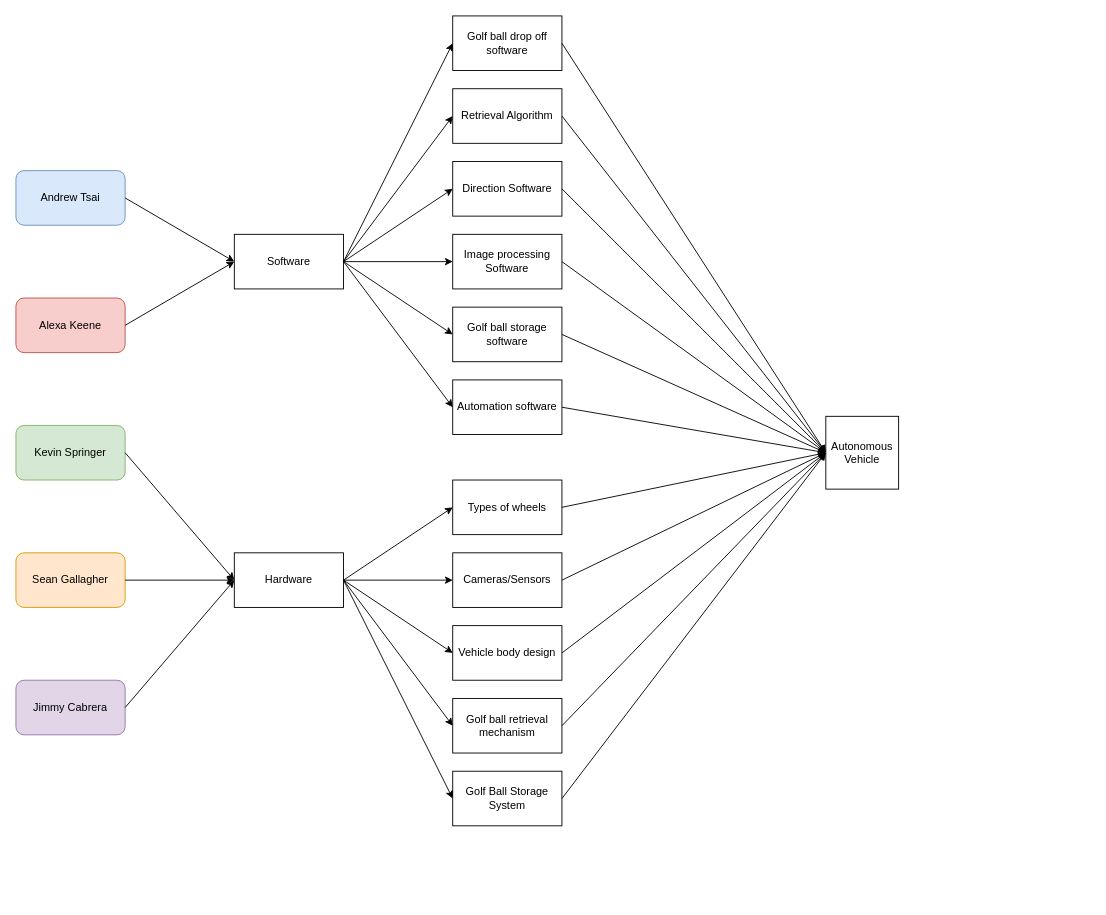
Before: Diagrams/GBS&R_Block_diagram.drawio in Andrew13560/Golf-Ball-Search-and-Rescue, a draw.io diagram. Source tidied: cells renumbered, new cells numbered last; positions are measured from the earlier drawing's top-left corner, leaving out a move shared by most shapes. Both pictures are drawn from the tidied source at 91%, with x=0, y=0 at pixel (15, 15).
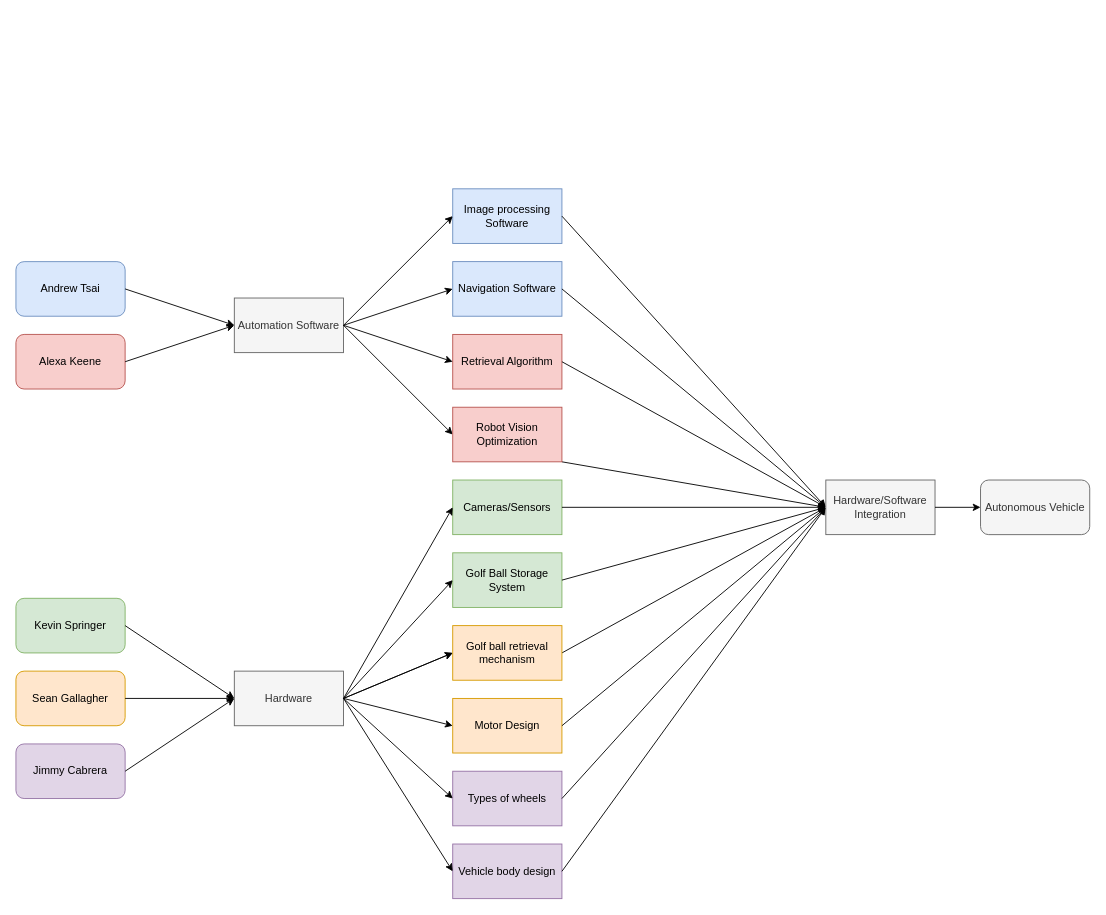
After the change.

Commit message:
Color Coded Block Diagram

What changed in the source:
```diff
@@
     <mxCell id="2" value="Sean Gallagher" style="rounded=1;whiteSpace=wrap;html=1;fillColor=#ffe6cc;strokeColor=#d79b00;" parent="1" vertex="1">
-      <mxGeometry y="590" width="120" height="60" as="geometry" />
+      <mxGeometry y="720" width="120" height="60" as="geometry" />
     </mxCell>
     <mxCell id="3" value="Kevin Springer" style="rounded=1;whiteSpace=wrap;html=1;fillColor=#d5e8d4;strokeColor=#82b366;" parent="1" vertex="1">
-      <mxGeometry y="450" width="120" height="60" as="geometry" />
+      <mxGeometry y="640" width="120" height="60" as="geometry" />
     </mxCell>
     <mxCell id="4" value="Alexa Keene" style="rounded=1;whiteSpace=wrap;html=1;fillColor=#f8cecc;strokeColor=#b85450;" parent="1" vertex="1">
-      <mxGeometry y="310" width="120" height="60" as="geometry" />
+      <mxGeometry y="350" width="120" height="60" as="geometry" />
     </mxCell>
     <mxCell id="5" value="Andrew Tsai" style="rounded=1;whiteSpace=wrap;html=1;fillColor=#dae8fc;strokeColor=#6c8ebf;" parent="1" vertex="1">
-      <mxGeometry y="170" width="120" height="60" as="geometry" />
+      <mxGeometry y="270" width="120" height="60" as="geometry" />
     </mxCell>
     <mxCell id="6" value="Jimmy Cabrera" style="rounded=1;whiteSpace=wrap;html=1;fillColor=#e1d5e7;strokeColor=#9673a6;" parent="1" vertex="1">
-      <mxGeometry y="730" width="120" height="60" as="geometry" />
+      <mxGeometry y="800" width="120" height="60" as="geometry" />
     </mxCell>
-    <mxCell id="7" value="Software" style="rounded=0;whiteSpace=wrap;html=1;" parent="1" vertex="1">
-      <mxGeometry x="240" y="240" width="120" height="60" as="geometry" />
+    <mxCell id="7" value="Automation Software" style="rounded=0;whiteSpace=wrap;html=1;fillColor=#f5f5f5;strokeColor=#666666;fontColor=#333333;" parent="1" vertex="1">
+      <mxGeometry x="240" y="310" width="120" height="60" as="geometry" />
     </mxCell>
-    <mxCell id="8" value="Hardware" style="rounded=0;whiteSpace=wrap;html=1;" parent="1" vertex="1">
-      <mxGeometry x="240" y="590" width="120" height="60" as="geometry" />
+    <mxCell id="8" value="Hardware" style="rounded=0;whiteSpace=wrap;html=1;fillColor=#f5f5f5;strokeColor=#666666;fontColor=#333333;" parent="1" vertex="1">
+      <mxGeometry x="240" y="720" width="120" height="60" as="geometry" />
     </mxCell>
@@
-    <mxCell id="14" value="Autonomous Vehicle" style="whiteSpace=wrap;html=1;" parent="1" vertex="1">
-      <mxGeometry x="890" y="440" width="80" height="80" as="geometry" />
-    </mxCell>
-    <mxCell id="15" value="Direction Software" style="rounded=0;whiteSpace=wrap;html=1;" parent="1" vertex="1">
-      <mxGeometry x="480" y="160" width="120" height="60" as="geometry" />
+    <mxCell id="15" value="Navigation Software" style="rounded=0;whiteSpace=wrap;html=1;fillColor=#dae8fc;strokeColor=#6c8ebf;" parent="1" vertex="1">
+      <mxGeometry x="480" y="270" width="120" height="60" as="geometry" />
     </mxCell>
-    <mxCell id="16" value="Image processing Software" style="rounded=0;whiteSpace=wrap;html=1;" parent="1" vertex="1">
-      <mxGeometry x="480" y="240" width="120" height="60" as="geometry" />
+    <mxCell id="16" value="Image processing Software" style="rounded=0;whiteSpace=wrap;html=1;fillColor=#dae8fc;strokeColor=#6c8ebf;" parent="1" vertex="1">
+      <mxGeometry x="480" y="190" width="120" height="60" as="geometry" />
     </mxCell>
-    <mxCell id="17" value="Retrieval Algorithm" style="rounded=0;whiteSpace=wrap;html=1;" parent="1" vertex="1">
-      <mxGeometry x="480" y="80" width="120" height="60" as="geometry" />
+    <mxCell id="17" value="Retrieval Algorithm" style="rounded=0;whiteSpace=wrap;html=1;fillColor=#f8cecc;strokeColor=#b85450;" parent="1" vertex="1">
+      <mxGeometry x="480" y="350" width="120" height="60" as="geometry" />
     </mxCell>
-    <mxCell id="18" value="Cameras/Sensors" style="rounded=0;whiteSpace=wrap;html=1;" parent="1" vertex="1">
-      <mxGeometry x="480" y="590" width="120" height="60" as="geometry" />
+    <mxCell id="18" value="Cameras/Sensors" style="rounded=0;whiteSpace=wrap;html=1;fillColor=#d5e8d4;strokeColor=#82b366;" parent="1" vertex="1">
+      <mxGeometry x="480" y="510" width="120" height="60" as="geometry" />
     </mxCell>
-    <mxCell id="19" value="Types of wheels" style="rounded=0;whiteSpace=wrap;html=1;" parent="1" vertex="1">
-      <mxGeometry x="480" y="510" width="120" height="60" as="geometry" />
+    <mxCell id="19" value="Types of wheels" style="rounded=0;whiteSpace=wrap;html=1;fillColor=#e1d5e7;strokeColor=#9673a6;" parent="1" vertex="1">
+      <mxGeometry x="480" y="830" width="120" height="60" as="geometry" />
     </mxCell>
-    <mxCell id="20" value="Vehicle body design" style="rounded=0;whiteSpace=wrap;html=1;" parent="1" vertex="1">
-      <mxGeometry x="480" y="670" width="120" height="60" as="geometry" />
+    <mxCell id="20" value="Vehicle body design" style="rounded=0;whiteSpace=wrap;html=1;fillColor=#e1d5e7;strokeColor=#9673a6;" parent="1" vertex="1">
+      <mxGeometry x="480" y="910" width="120" height="60" as="geometry" />
     </mxCell>
-    <mxCell id="21" value="Golf ball retrieval mechanism" style="rounded=0;whiteSpace=wrap;html=1;" parent="1" vertex="1">
-      <mxGeometry x="480" y="750" width="120" height="60" as="geometry" />
-    </mxCell>
-    <mxCell id="22" value="Golf Ball Storage System" style="rounded=0;whiteSpace=wrap;html=1;" parent="1" vertex="1">
-      <mxGeometry x="480" y="830" width="120" height="60" as="geometry" />
+    <mxCell id="22" value="Golf Ball Storage System" style="rounded=0;whiteSpace=wrap;html=1;fillColor=#d5e8d4;strokeColor=#82b366;" parent="1" vertex="1">
+      <mxGeometry x="480" y="590" width="120" height="60" as="geometry" />
     </mxCell>
-    <mxCell id="23" value="Golf ball storage software" style="rounded=0;whiteSpace=wrap;html=1;" parent="1" vertex="1">
-      <mxGeometry x="480" y="320" width="120" height="60" as="geometry" />
-    </mxCell>
-    <mxCell id="24" value="Golf ball drop off software" style="rounded=0;whiteSpace=wrap;html=1;" parent="1" vertex="1">
-      <mxGeometry x="480" width="120" height="60" as="geometry" />
-    </mxCell>
-    <mxCell id="25" value="Automation software" style="rounded=0;whiteSpace=wrap;html=1;" parent="1" vertex="1">
-      <mxGeometry x="480" y="400" width="120" height="60" as="geometry" />
-    </mxCell>
@@
-    <mxCell id="27" style="endArrow=classic;html=1;entryX=0;entryY=0.5;entryDx=0;entryDy=0;" parent="1" edge="1" target="21">
-      <mxGeometry relative="1" as="geometry">
-        <mxPoint x="360" y="620" as="sourcePoint" />
-      </mxGeometry>
+    <mxCell id="27" style="endArrow=classic;html=1;entryX=0;entryY=0.5;entryDx=0;entryDy=0;exitX=1;exitY=0.5;exitDx=0;exitDy=0;" parent="1" edge="1" source="8" target="21">
+      <mxGeometry relative="1" as="geometry" />
     </mxCell>
-    <mxCell id="28" style="endArrow=classic;html=1;exitX=1;exitY=0.5;exitDx=0;exitDy=0;entryX=0;entryY=0.5;entryDx=0;entryDy=0;" parent="1" edge="1" source="8" target="20">
-      <mxGeometry relative="1" as="geometry" />
-    </mxCell>
@@
-    <mxCell id="31" style="endArrow=classic;html=1;exitX=1;exitY=0.5;exitDx=0;exitDy=0;entryX=0;entryY=0.5;entryDx=0;entryDy=0;" parent="1" edge="1" source="7" target="25">
-      <mxGeometry relative="1" as="geometry" />
-    </mxCell>
-    <mxCell id="32" style="endArrow=classic;html=1;entryX=0;entryY=0.5;entryDx=0;entryDy=0;" parent="1" edge="1" target="23">
-      <mxGeometry relative="1" as="geometry">
-        <mxPoint x="360" y="270" as="sourcePoint" />
-      </mxGeometry>
+    <mxCell id="32" style="endArrow=classic;html=1;entryX=0;entryY=0.5;entryDx=0;entryDy=0;exitX=1;exitY=0.5;exitDx=0;exitDy=0;" parent="1" edge="1" source="7" target="48">
+      <mxGeometry relative="1" as="geometry" />
     </mxCell>
-    <mxCell id="33" style="endArrow=classic;html=1;entryX=0;entryY=0.5;entryDx=0;entryDy=0;" parent="1" edge="1" target="16">
-      <mxGeometry relative="1" as="geometry">
-        <mxPoint x="360" y="270" as="sourcePoint" />
-      </mxGeometry>
+    <mxCell id="33" style="endArrow=classic;html=1;entryX=0;entryY=0.5;entryDx=0;entryDy=0;exitX=1;exitY=0.5;exitDx=0;exitDy=0;" parent="1" edge="1" source="7" target="16">
+      <mxGeometry relative="1" as="geometry" />
     </mxCell>
-    <mxCell id="34" style="endArrow=classic;html=1;entryX=0;entryY=0.5;entryDx=0;entryDy=0;" parent="1" edge="1" target="15">
-      <mxGeometry relative="1" as="geometry">
-        <mxPoint x="360" y="270" as="sourcePoint" />
-      </mxGeometry>
+    <mxCell id="34" style="endArrow=classic;html=1;entryX=0;entryY=0.5;entryDx=0;entryDy=0;exitX=1;exitY=0.5;exitDx=0;exitDy=0;" parent="1" edge="1" source="7" target="15">
+      <mxGeometry relative="1" as="geometry" />
     </mxCell>
@@
-    <mxCell id="36" style="endArrow=classic;html=1;exitX=1;exitY=0.5;exitDx=0;exitDy=0;entryX=0;entryY=0.5;entryDx=0;entryDy=0;" parent="1" edge="1" source="7" target="24">
-      <mxGeometry relative="1" as="geometry" />
-    </mxCell>
-    <mxCell id="37" style="endArrow=classic;html=1;exitX=1;exitY=0.5;exitDx=0;exitDy=0;entryX=0;entryY=0.5;entryDx=0;entryDy=0;" parent="1" edge="1" source="22" target="14">
-      <mxGeometry relative="1" as="geometry" />
+    <mxCell id="37" style="endArrow=classic;html=1;exitX=1;exitY=0.5;exitDx=0;exitDy=0;" parent="1" edge="1" source="22">
+      <mxGeometry relative="1" as="geometry">
+        <mxPoint x="890" y="540" as="targetPoint" />
+      </mxGeometry>
     </mxCell>
-    <mxCell id="38" style="endArrow=classic;html=1;exitX=1;exitY=0.5;exitDx=0;exitDy=0;entryX=0;entryY=0.5;entryDx=0;entryDy=0;" parent="1" edge="1" source="21" target="14">
-      <mxGeometry relative="1" as="geometry" />
+    <mxCell id="38" style="endArrow=classic;html=1;exitX=1;exitY=0.5;exitDx=0;exitDy=0;" parent="1" edge="1" source="21">
+      <mxGeometry relative="1" as="geometry">
+        <mxPoint x="890" y="540" as="targetPoint" />
+      </mxGeometry>
     </mxCell>
-    <mxCell id="39" style="endArrow=classic;html=1;exitX=1;exitY=0.5;exitDx=0;exitDy=0;entryX=0;entryY=0.5;entryDx=0;entryDy=0;" parent="1" edge="1" source="20" target="14">
+    <mxCell id="39" style="endArrow=classic;html=1;exitX=1;exitY=0.5;exitDx=0;exitDy=0;entryX=0;entryY=0.5;entryDx=0;entryDy=0;" parent="1" edge="1" source="20" target="49">
       <mxGeometry relative="1" as="geometry" />
     </mxCell>
-    <mxCell id="40" style="endArrow=classic;html=1;exitX=1;exitY=0.5;exitDx=0;exitDy=0;" parent="1" edge="1" source="18">
-      <mxGeometry relative="1" as="geometry">
-        <mxPoint x="890" y="480" as="targetPoint" />
-      </mxGeometry>
+    <mxCell id="40" style="endArrow=classic;html=1;exitX=1;exitY=0.5;exitDx=0;exitDy=0;entryX=0;entryY=0.5;entryDx=0;entryDy=0;" parent="1" edge="1" source="18" target="49">
+      <mxGeometry relative="1" as="geometry" />
     </mxCell>
     <mxCell id="41" style="endArrow=classic;html=1;exitX=1;exitY=0.5;exitDx=0;exitDy=0;" parent="1" edge="1" source="19">
       <mxGeometry relative="1" as="geometry">
-        <mxPoint x="890" y="480" as="targetPoint" />
+        <mxPoint x="890" y="540" as="targetPoint" />
       </mxGeometry>
     </mxCell>
-    <mxCell id="42" style="endArrow=classic;html=1;exitX=1;exitY=0.5;exitDx=0;exitDy=0;" parent="1" edge="1" source="23">
+    <mxCell id="42" style="endArrow=classic;html=1;exitX=1;exitY=0.5;exitDx=0;exitDy=0;" parent="1" edge="1">
       <mxGeometry relative="1" as="geometry">
-        <mxPoint x="890" y="480" as="targetPoint" />
+        <mxPoint x="600" y="490" as="sourcePoint" />
+        <mxPoint x="890" y="540" as="targetPoint" />
       </mxGeometry>
     </mxCell>
-    <mxCell id="43" style="endArrow=classic;html=1;exitX=1;exitY=0.5;exitDx=0;exitDy=0;entryX=0;entryY=0.5;entryDx=0;entryDy=0;" parent="1" edge="1" source="16" target="14">
+    <mxCell id="43" style="endArrow=classic;html=1;exitX=1;exitY=0.5;exitDx=0;exitDy=0;entryX=0;entryY=0.5;entryDx=0;entryDy=0;" parent="1" edge="1" source="16" target="49">
       <mxGeometry relative="1" as="geometry" />
     </mxCell>
-    <mxCell id="44" style="endArrow=classic;html=1;exitX=1;exitY=0.5;exitDx=0;exitDy=0;entryX=0;entryY=0.5;entryDx=0;entryDy=0;" parent="1" edge="1" source="15" target="14">
+    <mxCell id="44" style="endArrow=classic;html=1;exitX=1;exitY=0.5;exitDx=0;exitDy=0;entryX=0;entryY=0.5;entryDx=0;entryDy=0;" parent="1" edge="1" source="15" target="49">
       <mxGeometry relative="1" as="geometry" />
     </mxCell>
-    <mxCell id="45" style="endArrow=classic;html=1;exitX=1;exitY=0.5;exitDx=0;exitDy=0;" parent="1" edge="1" source="17">
-      <mxGeometry relative="1" as="geometry">
-        <mxPoint x="890" y="480" as="targetPoint" />
-      </mxGeometry>
+    <mxCell id="45" style="endArrow=classic;html=1;exitX=1;exitY=0.5;exitDx=0;exitDy=0;entryX=0;entryY=0.5;entryDx=0;entryDy=0;" parent="1" edge="1" source="17" target="49">
+      <mxGeometry relative="1" as="geometry" />
     </mxCell>
-    <mxCell id="46" style="endArrow=classic;html=1;exitX=1;exitY=0.5;exitDx=0;exitDy=0;entryX=0;entryY=0.5;entryDx=0;entryDy=0;" parent="1" edge="1" source="24" target="14">
-      <mxGeometry relative="1" as="geometry" />
-    </mxCell>
-    <mxCell id="47" style="endArrow=classic;html=1;exitX=1;exitY=0.5;exitDx=0;exitDy=0;" parent="1" edge="1" source="25">
-      <mxGeometry relative="1" as="geometry">
-        <mxPoint x="890" y="480" as="targetPoint" />
-      </mxGeometry>
-    </mxCell>
+    <mxCell id="48" value="Robot Vision Optimization" style="rounded=0;whiteSpace=wrap;html=1;fillColor=#f8cecc;strokeColor=#b85450;" parent="1" vertex="1">
+      <mxGeometry x="480" y="430" width="120" height="60" as="geometry" />
+    </mxCell>
+    <mxCell id="49" value="Hardware/Software Integration" style="rounded=0;whiteSpace=wrap;html=1;fillColor=#f5f5f5;strokeColor=#666666;fontColor=#333333;" parent="1" vertex="1">
+      <mxGeometry x="890" y="510" width="120" height="60" as="geometry" />
+    </mxCell>
+    <mxCell id="14" value="Autonomous Vehicle" style="rounded=1;whiteSpace=wrap;html=1;fillColor=#f5f5f5;strokeColor=#666666;fontColor=#333333;" parent="1" vertex="1">
+      <mxGeometry x="1060" y="510" width="120" height="60" as="geometry" />
+    </mxCell>
+    <mxCell id="50" style="endArrow=classic;html=1;exitX=1;exitY=0.5;exitDx=0;exitDy=0;entryX=0;entryY=0.5;entryDx=0;entryDy=0;" parent="1" edge="1" source="49" target="14">
+      <mxGeometry relative="1" as="geometry" />
+    </mxCell>
+    <mxCell id="51" value="Motor Design" style="rounded=0;whiteSpace=wrap;html=1;fillColor=#ffe6cc;strokeColor=#d79b00;" parent="1" vertex="1">
+      <mxGeometry x="480" y="750" width="120" height="60" as="geometry" />
+    </mxCell>
+    <mxCell id="21" value="Golf ball retrieval mechanism" style="rounded=0;whiteSpace=wrap;html=1;fillColor=#ffe6cc;strokeColor=#d79b00;" parent="1" vertex="1">
+      <mxGeometry x="480" y="670" width="120" height="60" as="geometry" />
+    </mxCell>
+    <mxCell id="52" style="endArrow=classic;html=1;exitX=1;exitY=0.5;exitDx=0;exitDy=0;entryX=0;entryY=0.5;entryDx=0;entryDy=0;" parent="1" edge="1" source="8" target="21">
+      <mxGeometry relative="1" as="geometry" />
+    </mxCell>
+    <mxCell id="28" style="endArrow=classic;html=1;entryX=0;entryY=0.5;entryDx=0;entryDy=0;exitX=1;exitY=0.5;exitDx=0;exitDy=0;" parent="1" edge="1" source="8" target="20">
+      <mxGeometry relative="1" as="geometry" />
+    </mxCell>
+    <mxCell id="53" style="endArrow=classic;html=1;exitX=1;exitY=0.5;exitDx=0;exitDy=0;entryX=0;entryY=0.5;entryDx=0;entryDy=0;" parent="1" edge="1" source="51" target="49">
+      <mxGeometry relative="1" as="geometry" />
+    </mxCell>
+    <mxCell id="54" style="endArrow=classic;html=1;entryX=0;entryY=0.5;entryDx=0;entryDy=0;exitX=1;exitY=0.5;exitDx=0;exitDy=0;" parent="1" edge="1" source="8" target="51">
+      <mxGeometry relative="1" as="geometry" />
+    </mxCell>
```
